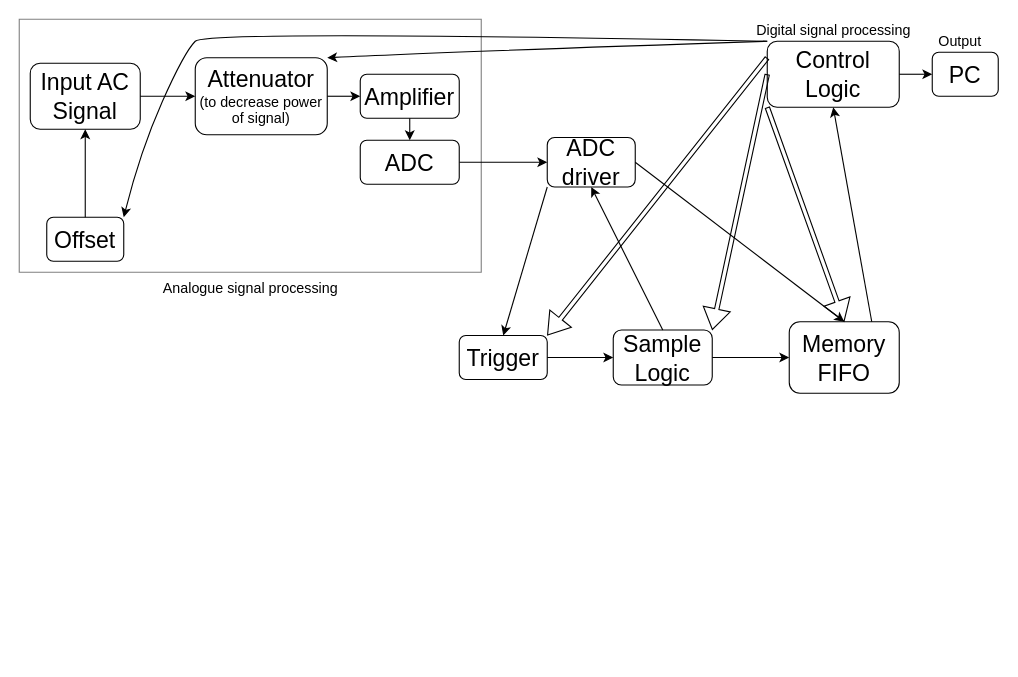
This is OscilloscopeStructure.drawio from 2uger/digital-oscilloscope, a draw.io file, before an edit. Source tidied: cells renumbered, new cells numbered last; positions are measured from the earlier drawing's top-left corner, leaving out a move shared by most shapes. Both pictures are drawn from the tidied source at 110%, with x=0, y=0 at pixel (19, 19).
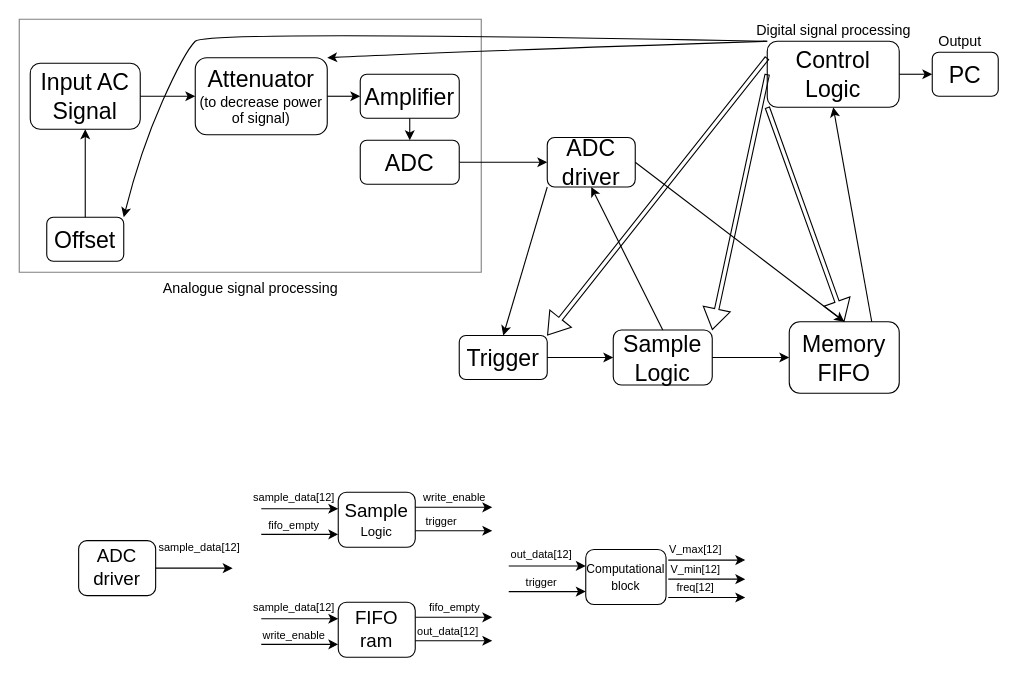
Above is the later version.

Commit message:
create verilog module diagram to describe main important signals

What changed in the source:
```diff
@@
+    <mxCell id="33" value="&lt;font style=&quot;font-size: 17px&quot;&gt;ADC&lt;br&gt;driver&lt;/font&gt;" style="rounded=1;whiteSpace=wrap;html=1;" parent="1" vertex="1">
+      <mxGeometry x="54" y="474" width="70" height="50" as="geometry" />
+    </mxCell>
+    <mxCell id="34" style="endArrow=classic;html=1;rounded=0;fontSize=17;exitX=1;exitY=0.5;exitDx=0;exitDy=0;" parent="1" edge="1" source="33">
+      <mxGeometry relative="1" as="geometry">
+        <mxPoint x="194" y="499" as="targetPoint" />
+      </mxGeometry>
+    </mxCell>
+    <mxCell id="35" value="&lt;font style=&quot;font-size: 10px&quot;&gt;sample_data[12]&lt;/font&gt;" style="text;html=1;strokeColor=none;fillColor=none;align=center;verticalAlign=middle;whiteSpace=wrap;rounded=0;fontSize=17;" parent="1" vertex="1">
+      <mxGeometry x="134" y="464" width="60" height="30" as="geometry" />
+    </mxCell>
+    <mxCell id="36" value="&lt;span style=&quot;font-size: 17px&quot;&gt;Sample&lt;br&gt;&lt;/span&gt;Logic" style="rounded=1;whiteSpace=wrap;html=1;" parent="1" vertex="1">
+      <mxGeometry x="290" y="430" width="70" height="50" as="geometry" />
+    </mxCell>
+    <mxCell id="37" value="&lt;span style=&quot;font-size: 17px&quot;&gt;FIFO&lt;br&gt;ram&lt;br&gt;&lt;/span&gt;" style="rounded=1;whiteSpace=wrap;html=1;" parent="1" vertex="1">
+      <mxGeometry x="290" y="530" width="70" height="50" as="geometry" />
+    </mxCell>
+    <mxCell id="38" style="endArrow=classic;html=1;rounded=0;fontSize=17;exitX=1;exitY=0.5;exitDx=0;exitDy=0;" parent="1" edge="1">
+      <mxGeometry relative="1" as="geometry">
+        <mxPoint x="220" y="445" as="sourcePoint" />
+        <mxPoint x="290" y="445" as="targetPoint" />
+      </mxGeometry>
+    </mxCell>
+    <mxCell id="39" value="&lt;font style=&quot;font-size: 10px&quot;&gt;sample_data[12]&lt;/font&gt;" style="text;html=1;strokeColor=none;fillColor=none;align=center;verticalAlign=middle;whiteSpace=wrap;rounded=0;fontSize=17;" parent="1" vertex="1">
+      <mxGeometry x="220" y="418" width="60" height="30" as="geometry" />
+    </mxCell>
+    <mxCell id="40" style="endArrow=classic;html=1;rounded=0;fontSize=17;exitX=1;exitY=0.5;exitDx=0;exitDy=0;" parent="1" edge="1">
+      <mxGeometry relative="1" as="geometry">
+        <mxPoint x="220" y="468.3" as="sourcePoint" />
+        <mxPoint x="290" y="468.3" as="targetPoint" />
+      </mxGeometry>
+    </mxCell>
+    <mxCell id="41" value="&lt;font style=&quot;font-size: 10px&quot;&gt;fifo_empty&lt;br&gt;&lt;/font&gt;" style="text;html=1;strokeColor=none;fillColor=none;align=center;verticalAlign=middle;whiteSpace=wrap;rounded=0;fontSize=17;" parent="1" vertex="1">
+      <mxGeometry x="220" y="444" width="60" height="30" as="geometry" />
+    </mxCell>
+    <mxCell id="42" style="endArrow=classic;html=1;rounded=0;fontSize=17;exitX=1;exitY=0.5;exitDx=0;exitDy=0;" parent="1" edge="1">
+      <mxGeometry relative="1" as="geometry">
+        <mxPoint x="360" y="443.7" as="sourcePoint" />
+        <mxPoint x="430" y="443.7" as="targetPoint" />
+      </mxGeometry>
+    </mxCell>
+    <mxCell id="43" value="&lt;font style=&quot;font-size: 10px&quot;&gt;write_enable&lt;/font&gt;" style="text;html=1;strokeColor=none;fillColor=none;align=center;verticalAlign=middle;whiteSpace=wrap;rounded=0;fontSize=17;" parent="1" vertex="1">
+      <mxGeometry x="366" y="418" width="60" height="30" as="geometry" />
+    </mxCell>
+    <mxCell id="44" style="endArrow=classic;html=1;rounded=0;fontSize=17;exitX=1;exitY=0.5;exitDx=0;exitDy=0;" parent="1" edge="1">
+      <mxGeometry relative="1" as="geometry">
+        <mxPoint x="360" y="465" as="sourcePoint" />
+        <mxPoint x="430" y="465" as="targetPoint" />
+      </mxGeometry>
+    </mxCell>
+    <mxCell id="45" value="&lt;font style=&quot;font-size: 10px&quot;&gt;trigger&lt;/font&gt;" style="text;html=1;strokeColor=none;fillColor=none;align=center;verticalAlign=middle;whiteSpace=wrap;rounded=0;fontSize=17;" parent="1" vertex="1">
+      <mxGeometry x="354" y="440" width="60" height="30" as="geometry" />
+    </mxCell>
+    <mxCell id="46" style="endArrow=classic;html=1;rounded=0;fontSize=17;exitX=1;exitY=0.5;exitDx=0;exitDy=0;" parent="1" edge="1">
+      <mxGeometry relative="1" as="geometry">
+        <mxPoint x="220" y="545" as="sourcePoint" />
+        <mxPoint x="290" y="545" as="targetPoint" />
+      </mxGeometry>
+    </mxCell>
+    <mxCell id="47" value="&lt;font style=&quot;font-size: 10px&quot;&gt;sample_data[12]&lt;/font&gt;" style="text;html=1;strokeColor=none;fillColor=none;align=center;verticalAlign=middle;whiteSpace=wrap;rounded=0;fontSize=17;" parent="1" vertex="1">
+      <mxGeometry x="220" y="518" width="60" height="30" as="geometry" />
+    </mxCell>
+    <mxCell id="48" style="endArrow=classic;html=1;rounded=0;fontSize=17;exitX=1;exitY=0.5;exitDx=0;exitDy=0;" parent="1" edge="1">
+      <mxGeometry relative="1" as="geometry">
+        <mxPoint x="220" y="568.3" as="sourcePoint" />
+        <mxPoint x="290" y="568.3" as="targetPoint" />
+      </mxGeometry>
+    </mxCell>
+    <mxCell id="49" value="&lt;font style=&quot;font-size: 10px&quot;&gt;write_enable&lt;br&gt;&lt;/font&gt;" style="text;html=1;strokeColor=none;fillColor=none;align=center;verticalAlign=middle;whiteSpace=wrap;rounded=0;fontSize=17;" parent="1" vertex="1">
+      <mxGeometry x="220" y="544" width="60" height="30" as="geometry" />
+    </mxCell>
+    <mxCell id="50" style="endArrow=classic;html=1;rounded=0;fontSize=17;exitX=1;exitY=0.5;exitDx=0;exitDy=0;" parent="1" edge="1">
+      <mxGeometry relative="1" as="geometry">
+        <mxPoint x="360" y="543.7" as="sourcePoint" />
+        <mxPoint x="430" y="543.7" as="targetPoint" />
+      </mxGeometry>
+    </mxCell>
+    <mxCell id="51" value="&lt;font style=&quot;font-size: 10px&quot;&gt;fifo_empty&lt;/font&gt;" style="text;html=1;strokeColor=none;fillColor=none;align=center;verticalAlign=middle;whiteSpace=wrap;rounded=0;fontSize=17;" parent="1" vertex="1">
+      <mxGeometry x="366" y="518" width="60" height="30" as="geometry" />
+    </mxCell>
+    <mxCell id="52" style="endArrow=classic;html=1;rounded=0;fontSize=17;exitX=1;exitY=0.5;exitDx=0;exitDy=0;" parent="1" edge="1">
+      <mxGeometry relative="1" as="geometry">
+        <mxPoint x="360" y="565" as="sourcePoint" />
+        <mxPoint x="430" y="565" as="targetPoint" />
+      </mxGeometry>
+    </mxCell>
+    <mxCell id="53" value="&lt;span style=&quot;font-size: 10px&quot;&gt;out_data[12]&lt;/span&gt;" style="text;html=1;strokeColor=none;fillColor=none;align=center;verticalAlign=middle;whiteSpace=wrap;rounded=0;fontSize=17;" parent="1" vertex="1">
+      <mxGeometry x="360" y="540" width="60" height="30" as="geometry" />
+    </mxCell>
+    <mxCell id="54" value="&lt;span style=&quot;font-size: 11px&quot;&gt;Computational&lt;br&gt;block&lt;br&gt;&lt;/span&gt;" style="rounded=1;whiteSpace=wrap;html=1;" parent="1" vertex="1">
+      <mxGeometry x="515" y="482" width="73" height="50" as="geometry" />
+    </mxCell>
+    <mxCell id="55" style="endArrow=classic;html=1;rounded=0;fontSize=17;exitX=1;exitY=0.5;exitDx=0;exitDy=0;" parent="1" edge="1">
+      <mxGeometry relative="1" as="geometry">
+        <mxPoint x="445" y="497" as="sourcePoint" />
+        <mxPoint x="515" y="497" as="targetPoint" />
+      </mxGeometry>
+    </mxCell>
+    <mxCell id="56" value="&lt;font style=&quot;font-size: 10px&quot;&gt;out_data[12]&lt;/font&gt;" style="text;html=1;strokeColor=none;fillColor=none;align=center;verticalAlign=middle;whiteSpace=wrap;rounded=0;fontSize=17;" parent="1" vertex="1">
+      <mxGeometry x="445" y="470" width="60" height="30" as="geometry" />
+    </mxCell>
+    <mxCell id="57" style="endArrow=classic;html=1;rounded=0;fontSize=17;exitX=1;exitY=0.5;exitDx=0;exitDy=0;" parent="1" edge="1">
+      <mxGeometry relative="1" as="geometry">
+        <mxPoint x="445" y="520.3" as="sourcePoint" />
+        <mxPoint x="515" y="520.3" as="targetPoint" />
+      </mxGeometry>
+    </mxCell>
+    <mxCell id="58" value="&lt;font style=&quot;font-size: 10px&quot;&gt;trigger&lt;br&gt;&lt;/font&gt;" style="text;html=1;strokeColor=none;fillColor=none;align=center;verticalAlign=middle;whiteSpace=wrap;rounded=0;fontSize=17;" parent="1" vertex="1">
+      <mxGeometry x="445" y="496" width="60" height="30" as="geometry" />
+    </mxCell>
+    <mxCell id="59" style="endArrow=classic;html=1;rounded=0;fontSize=17;exitX=1;exitY=0.5;exitDx=0;exitDy=0;" parent="1" edge="1">
+      <mxGeometry relative="1" as="geometry">
+        <mxPoint x="590" y="491.7" as="sourcePoint" />
+        <mxPoint x="660" y="491.7" as="targetPoint" />
+      </mxGeometry>
+    </mxCell>
+    <mxCell id="60" value="&lt;font style=&quot;font-size: 10px&quot;&gt;V_max[12]&lt;/font&gt;" style="text;html=1;strokeColor=none;fillColor=none;align=center;verticalAlign=middle;whiteSpace=wrap;rounded=0;fontSize=17;" parent="1" vertex="1">
+      <mxGeometry x="585" y="466" width="60" height="30" as="geometry" />
+    </mxCell>
+    <mxCell id="61" style="endArrow=classic;html=1;rounded=0;fontSize=17;exitX=1;exitY=0.5;exitDx=0;exitDy=0;" parent="1" edge="1">
+      <mxGeometry relative="1" as="geometry">
+        <mxPoint x="590" y="509" as="sourcePoint" />
+        <mxPoint x="660" y="509" as="targetPoint" />
+      </mxGeometry>
+    </mxCell>
+    <mxCell id="62" value="&lt;font style=&quot;font-size: 10px&quot;&gt;V_min[12]&lt;/font&gt;" style="text;html=1;strokeColor=none;fillColor=none;align=center;verticalAlign=middle;whiteSpace=wrap;rounded=0;fontSize=17;" parent="1" vertex="1">
+      <mxGeometry x="585" y="484" width="60" height="30" as="geometry" />
+    </mxCell>
+    <mxCell id="63" style="endArrow=classic;html=1;rounded=0;fontSize=17;exitX=1;exitY=0.5;exitDx=0;exitDy=0;" parent="1" edge="1">
+      <mxGeometry relative="1" as="geometry">
+        <mxPoint x="590" y="525.7" as="sourcePoint" />
+        <mxPoint x="660" y="525.7" as="targetPoint" />
+      </mxGeometry>
+    </mxCell>
+    <mxCell id="64" value="&lt;font style=&quot;font-size: 10px&quot;&gt;freq[12]&lt;/font&gt;" style="text;html=1;strokeColor=none;fillColor=none;align=center;verticalAlign=middle;whiteSpace=wrap;rounded=0;fontSize=17;" parent="1" vertex="1">
+      <mxGeometry x="585" y="500" width="60" height="30" as="geometry" />
+    </mxCell>
```
